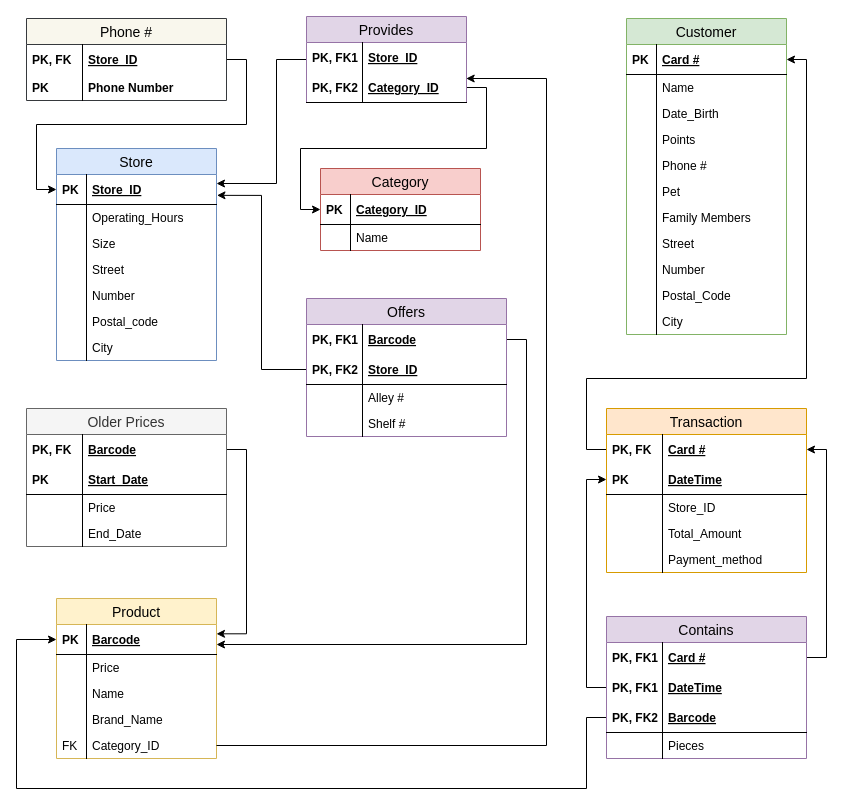
This is 4_Databases/Market_RelationDiagram.drawio from sonqo/ntua-lambda, a draw.io file, before an edit. Source tidied: cells renumbered, new cells numbered last; positions are measured from the earlier drawing's top-left corner, leaving out a move shared by most shapes. Both pictures are drawn from the tidied source at 100%, with x=0, y=0 at pixel (16, 16).
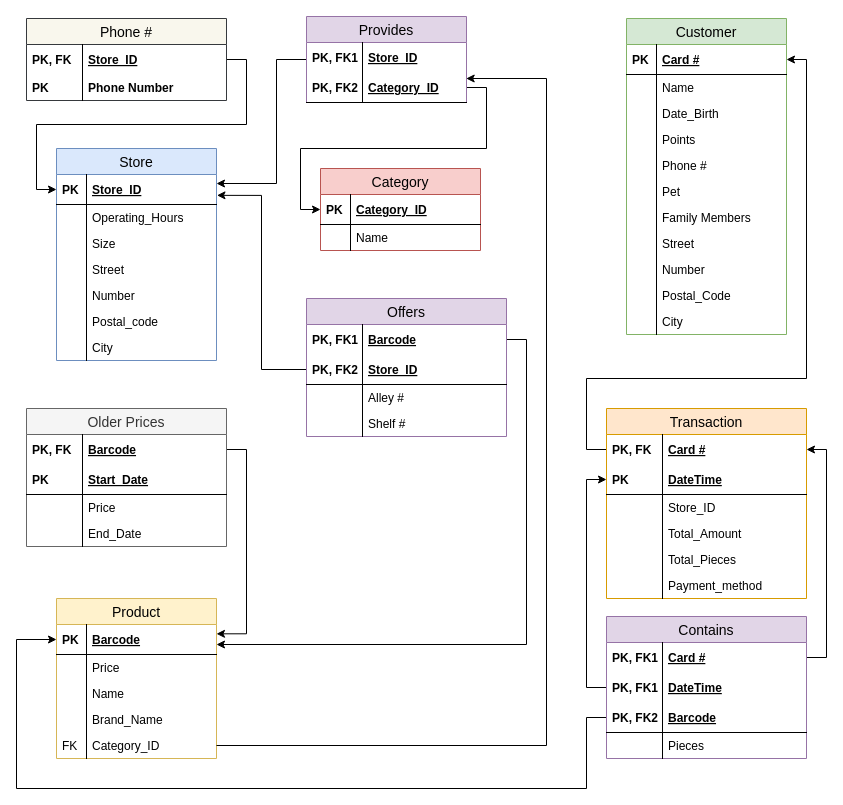
The same diagram, later.

Diff of the diagram source:
```diff
@@
     <mxCell id="94" value="Transaction" style="swimlane;fontStyle=0;horizontal=1;startSize=26;align=center;fontSize=14;fillColor=#ffe6cc;strokeColor=#d79b00;" parent="1" vertex="1">
-      <mxGeometry x="590" y="392" width="200" height="164" as="geometry" />
+      <mxGeometry x="590" y="392" width="200" height="190" as="geometry" />
     </mxCell>
@@
+    <mxCell id="115" value="Total_Pieces" style="shape=partialRectangle;top=0;left=0;right=0;bottom=0;align=left;verticalAlign=top;fillColor=none;spacingLeft=60;spacingRight=4;overflow=hidden;fontSize=12;" parent="94" vertex="1">
+      <mxGeometry y="138" width="200" height="26" as="geometry" />
+    </mxCell>
+    <mxCell id="116" style="shape=partialRectangle;top=0;left=0;bottom=0;fillColor=none;align=left;verticalAlign=top;spacingLeft=4;spacingRight=4;overflow=hidden;fontSize=12;" parent="115" vertex="1">
+      <mxGeometry width="56" height="26" as="geometry" />
+    </mxCell>
     <mxCell id="103" value="Payment_method" style="shape=partialRectangle;top=0;left=0;right=0;bottom=0;align=left;verticalAlign=top;fillColor=none;spacingLeft=60;spacingRight=4;overflow=hidden;fontSize=12;" parent="94" vertex="1">
-      <mxGeometry y="138" width="200" height="26" as="geometry" />
+      <mxGeometry y="164" width="200" height="26" as="geometry" />
     </mxCell>
```
